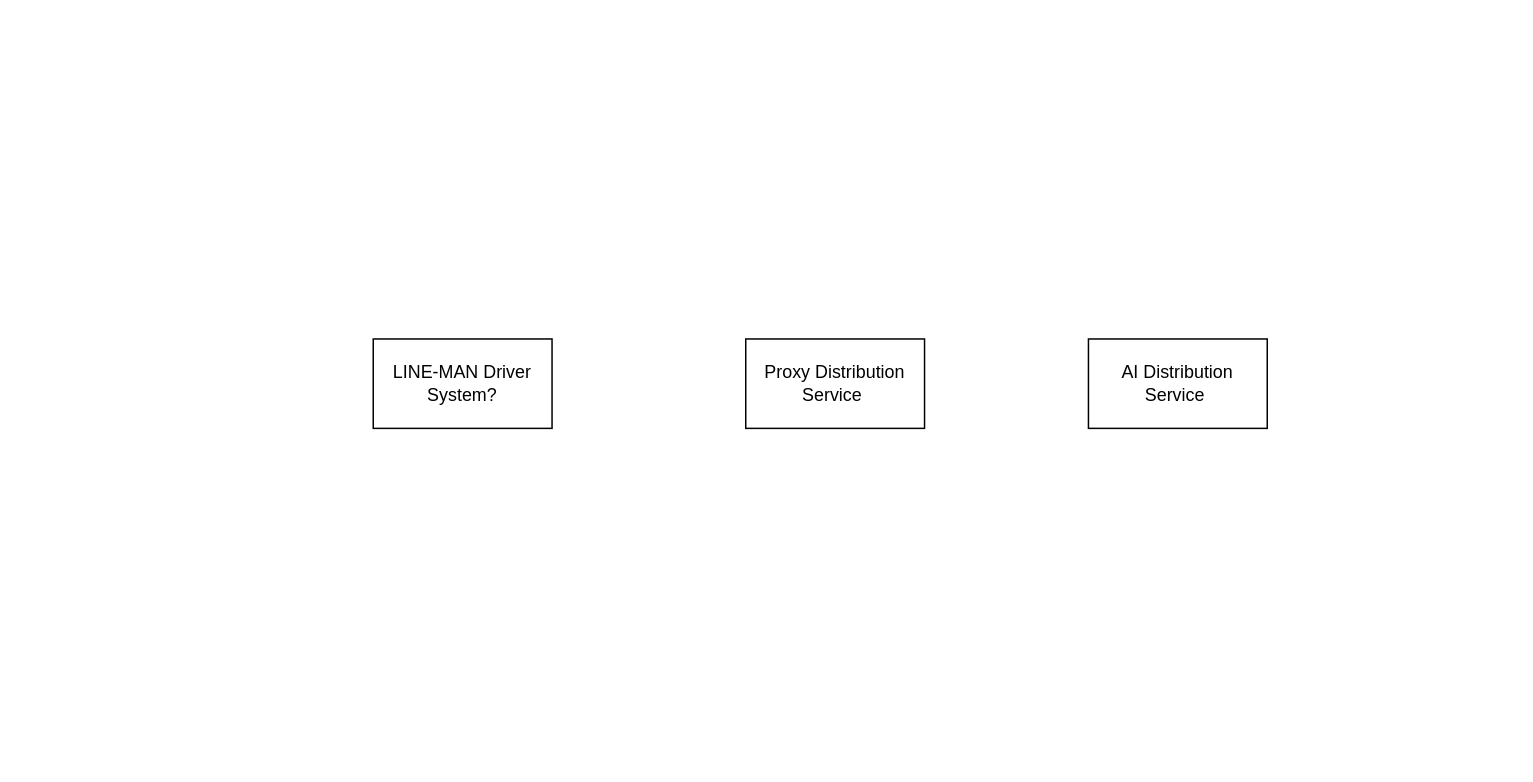
This is SDS-Serving.drawio from tallongsun/drawio, a draw.io file, before an edit. Source tidied: cells renumbered, new cells numbered last; positions are measured from the earlier drawing's top-left corner, leaving out a move shared by most shapes. Both pictures are drawn from the tidied source at 149%, with x=0, y=0 at pixel (372, 338).
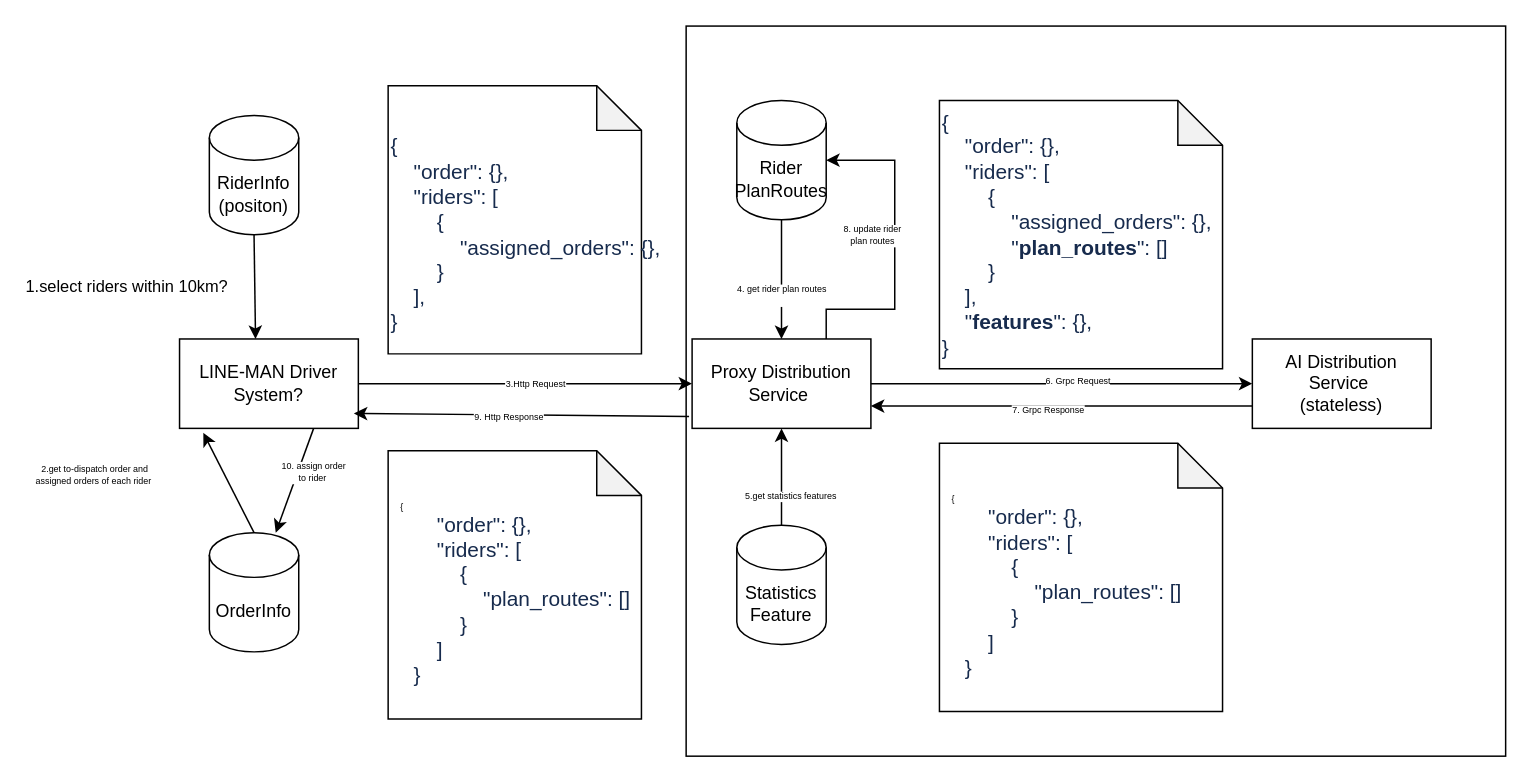
Above is the later version.

Diff of the diagram source:
```diff
@@
+    <mxCell id="5" style="rounded=0;whiteSpace=wrap;html=1;fontSize=6;align=left;" parent="1" vertex="1">
+      <mxGeometry x="210" y="-210" width="550" height="490" as="geometry" />
+    </mxCell>
+    <mxCell id="6" style="shape=note;whiteSpace=wrap;html=1;backgroundOutline=1;darkOpacity=0.05;fontSize=6;align=left;" parent="1" vertex="1">
+      <mxGeometry x="10" y="-170" width="170" height="180" as="geometry" />
+    </mxCell>
-    <mxCell id="2" value="AI Distribution Service&amp;nbsp;" style="rounded=0;whiteSpace=wrap;html=1;" parent="1" vertex="1">
-      <mxGeometry x="480" width="120" height="60" as="geometry" />
+    <mxCell id="2" value="AI Distribution Service&amp;nbsp;&lt;br&gt;(stateless)" style="rounded=0;whiteSpace=wrap;html=1;" parent="1" vertex="1">
+      <mxGeometry x="590" width="120" height="60" as="geometry" />
     </mxCell>
     <mxCell id="3" value="Proxy Distribution Service&amp;nbsp;" style="rounded=0;whiteSpace=wrap;html=1;" parent="1" vertex="1">
-      <mxGeometry x="250" width="120" height="60" as="geometry" />
+      <mxGeometry x="214" width="120" height="60" as="geometry" />
     </mxCell>
     <mxCell id="4" value="LINE-MAN Driver System?" style="rounded=0;whiteSpace=wrap;html=1;" parent="1" vertex="1">
-      <mxGeometry width="120" height="60" as="geometry" />
+      <mxGeometry x="-130" width="120" height="60" as="geometry" />
     </mxCell>
+    <mxCell id="7" value="OrderInfo" style="shape=cylinder3;whiteSpace=wrap;html=1;boundedLbl=1;backgroundOutline=1;size=15;" parent="1" vertex="1">
+      <mxGeometry x="-110" y="130" width="60" height="80" as="geometry" />
+    </mxCell>
+    <mxCell id="8" style="endArrow=classic;html=1;rounded=0;exitX=0.5;exitY=0;exitDx=0;exitDy=0;exitPerimeter=0;entryX=0.133;entryY=1.05;entryDx=0;entryDy=0;entryPerimeter=0;" parent="1" edge="1" source="7" target="4">
+      <mxGeometry relative="1" as="geometry" />
+    </mxCell>
+    <mxCell id="9" value="2.get to-dispatch order and &lt;br&gt;assigned orders of each rider&amp;nbsp;" style="edgeLabel;html=1;align=center;verticalAlign=middle;fontSize=6;" parent="8" vertex="1">
+      <mxGeometry x="0.01" y="-1" relative="1" as="geometry">
+        <mxPoint x="-91" y="-4" as="offset" />
+      </mxGeometry>
+    </mxCell>
+    <mxCell id="10" value="RiderInfo&lt;br&gt;(positon)" style="shape=cylinder3;whiteSpace=wrap;html=1;boundedLbl=1;backgroundOutline=1;size=15;" parent="1" vertex="1">
+      <mxGeometry x="-110" y="-150" width="60" height="80" as="geometry" />
+    </mxCell>
+    <mxCell id="11" style="endArrow=classic;html=1;rounded=0;exitX=0.5;exitY=1;exitDx=0;exitDy=0;exitPerimeter=0;entryX=0.425;entryY=0;entryDx=0;entryDy=0;entryPerimeter=0;" parent="1" edge="1" source="10" target="4">
+      <mxGeometry relative="1" as="geometry" />
+    </mxCell>
+    <mxCell id="12" value="1.select riders within 10km?&amp;nbsp;" style="edgeLabel;html=1;align=center;verticalAlign=middle;" parent="11" vertex="1">
+      <mxGeometry x="-0.01" relative="1" as="geometry">
+        <mxPoint x="-85" as="offset" />
+      </mxGeometry>
+    </mxCell>
+    <mxCell id="13" value="Statistics Feature" style="shape=cylinder3;whiteSpace=wrap;html=1;boundedLbl=1;backgroundOutline=1;size=15;" parent="1" vertex="1">
+      <mxGeometry x="244" y="125" width="60" height="80" as="geometry" />
+    </mxCell>
+    <mxCell id="14" value="Rider&lt;br&gt;PlanRoutes" style="shape=cylinder3;whiteSpace=wrap;html=1;boundedLbl=1;backgroundOutline=1;size=15;" parent="1" vertex="1">
+      <mxGeometry x="244" y="-160" width="60" height="80" as="geometry" />
+    </mxCell>
+    <mxCell id="15" style="endArrow=classic;html=1;rounded=0;exitX=1;exitY=0.5;exitDx=0;exitDy=0;" parent="1" edge="1" source="3" target="2">
+      <mxGeometry relative="1" as="geometry" />
+    </mxCell>
+    <mxCell id="16" value="6. Grpc Request" style="edgeLabel;html=1;align=center;verticalAlign=middle;fontSize=6;" parent="15" vertex="1">
+      <mxGeometry x="0.08" y="2" relative="1" as="geometry" />
+    </mxCell>
+    <mxCell id="17" style="endArrow=classic;html=1;rounded=0;exitX=1;exitY=0.5;exitDx=0;exitDy=0;" parent="1" edge="1" source="4" target="3">
+      <mxGeometry relative="1" as="geometry" />
+    </mxCell>
+    <mxCell id="18" value="3.Http Request" style="edgeLabel;html=1;align=center;verticalAlign=middle;fontSize=6;" parent="17" vertex="1">
+      <mxGeometry x="0.05" relative="1" as="geometry" />
+    </mxCell>
+    <mxCell id="19" style="endArrow=classic;html=1;rounded=0;exitX=0.5;exitY=1;exitDx=0;exitDy=0;exitPerimeter=0;entryX=0.5;entryY=0;entryDx=0;entryDy=0;" parent="1" edge="1" source="14" target="3">
+      <mxGeometry relative="1" as="geometry" />
+    </mxCell>
+    <mxCell id="20" value="4. get rider plan routes&amp;nbsp;&lt;br&gt;&amp;nbsp;" style="edgeLabel;html=1;align=center;verticalAlign=middle;fontSize=6;" parent="19" vertex="1">
+      <mxGeometry x="-0.16" y="-1" relative="1" as="geometry">
+        <mxPoint x="1" y="16" as="offset" />
+      </mxGeometry>
+    </mxCell>
+    <mxCell id="21" style="endArrow=classic;html=1;rounded=0;exitX=0.5;exitY=0;exitDx=0;exitDy=0;exitPerimeter=0;entryX=0.5;entryY=1;entryDx=0;entryDy=0;" parent="1" edge="1" source="13" target="3">
+      <mxGeometry relative="1" as="geometry" />
+    </mxCell>
+    <mxCell id="22" value="5.get statistics features&amp;nbsp;" style="edgeLabel;html=1;align=center;verticalAlign=middle;fontSize=6;" parent="21" vertex="1">
+      <mxGeometry x="-0.02" y="3" relative="1" as="geometry">
+        <mxPoint x="9" y="12" as="offset" />
+      </mxGeometry>
+    </mxCell>
+    <mxCell id="23" style="shape=note;whiteSpace=wrap;html=1;backgroundOutline=1;darkOpacity=0.05;fontSize=6;align=left;" parent="1" vertex="1">
+      <mxGeometry x="380" y="-160" width="190" height="180" as="geometry" />
+    </mxCell>
+    <mxCell id="24" value="&lt;div&gt;&lt;font color=&quot;#172b4d&quot;&gt;&lt;span style=&quot;font-size: 14px&quot;&gt;{&lt;/span&gt;&lt;/font&gt;&lt;/div&gt;&lt;div&gt;&lt;font color=&quot;#172b4d&quot;&gt;&lt;span style=&quot;font-size: 14px&quot;&gt;&amp;nbsp; &amp;nbsp; &quot;order&quot;: {},&lt;/span&gt;&lt;/font&gt;&lt;/div&gt;&lt;div&gt;&lt;font color=&quot;#172b4d&quot;&gt;&lt;span style=&quot;font-size: 14px&quot;&gt;&amp;nbsp; &amp;nbsp; &quot;riders&quot;: [&lt;/span&gt;&lt;/font&gt;&lt;/div&gt;&lt;div&gt;&lt;font color=&quot;#172b4d&quot;&gt;&lt;span style=&quot;font-size: 14px&quot;&gt;&amp;nbsp; &amp;nbsp; &amp;nbsp; &amp;nbsp; {&lt;/span&gt;&lt;/font&gt;&lt;/div&gt;&lt;div&gt;&lt;font color=&quot;#172b4d&quot;&gt;&lt;span style=&quot;font-size: 14px&quot;&gt;&amp;nbsp; &amp;nbsp; &amp;nbsp; &amp;nbsp; &amp;nbsp; &amp;nbsp; &quot;assigned_orders&quot;: {},&lt;/span&gt;&lt;/font&gt;&lt;/div&gt;&lt;div&gt;&lt;font color=&quot;#172b4d&quot;&gt;&lt;span style=&quot;font-size: 14px&quot;&gt;&amp;nbsp; &amp;nbsp; &amp;nbsp; &amp;nbsp; &amp;nbsp; &amp;nbsp; &quot;&lt;b&gt;plan_routes&lt;/b&gt;&quot;: []&lt;/span&gt;&lt;/font&gt;&lt;/div&gt;&lt;div&gt;&lt;font color=&quot;#172b4d&quot;&gt;&lt;span style=&quot;font-size: 14px&quot;&gt;&amp;nbsp; &amp;nbsp; &amp;nbsp; &amp;nbsp; }&lt;/span&gt;&lt;/font&gt;&lt;/div&gt;&lt;div&gt;&lt;font color=&quot;#172b4d&quot;&gt;&lt;span style=&quot;font-size: 14px&quot;&gt;&amp;nbsp; &amp;nbsp; ],&lt;/span&gt;&lt;/font&gt;&lt;/div&gt;&lt;div&gt;&lt;font color=&quot;#172b4d&quot;&gt;&lt;span style=&quot;font-size: 14px&quot;&gt;&amp;nbsp; &amp;nbsp; &quot;&lt;b&gt;features&lt;/b&gt;&quot;: {},&lt;/span&gt;&lt;/font&gt;&lt;/div&gt;&lt;div&gt;&lt;font color=&quot;#172b4d&quot;&gt;&lt;span style=&quot;font-size: 14px&quot;&gt;}&lt;/span&gt;&lt;/font&gt;&lt;/div&gt;" style="text;html=1;strokeColor=none;fillColor=none;align=left;verticalAlign=middle;whiteSpace=wrap;rounded=0;fontSize=6;" parent="1" vertex="1">
+      <mxGeometry x="380" y="-160" width="210" height="180" as="geometry" />
+    </mxCell>
+    <mxCell id="25" value="&lt;div&gt;&lt;font color=&quot;#172b4d&quot;&gt;&lt;span style=&quot;font-size: 14px&quot;&gt;{&lt;/span&gt;&lt;/font&gt;&lt;/div&gt;&lt;div&gt;&lt;font color=&quot;#172b4d&quot;&gt;&lt;span style=&quot;font-size: 14px&quot;&gt;&amp;nbsp; &amp;nbsp; &quot;order&quot;: {},&lt;/span&gt;&lt;/font&gt;&lt;/div&gt;&lt;div&gt;&lt;font color=&quot;#172b4d&quot;&gt;&lt;span style=&quot;font-size: 14px&quot;&gt;&amp;nbsp; &amp;nbsp; &quot;riders&quot;: [&lt;/span&gt;&lt;/font&gt;&lt;/div&gt;&lt;div&gt;&lt;font color=&quot;#172b4d&quot;&gt;&lt;span style=&quot;font-size: 14px&quot;&gt;&amp;nbsp; &amp;nbsp; &amp;nbsp; &amp;nbsp; {&lt;/span&gt;&lt;/font&gt;&lt;/div&gt;&lt;div&gt;&lt;font color=&quot;#172b4d&quot;&gt;&lt;span style=&quot;font-size: 14px&quot;&gt;&amp;nbsp; &amp;nbsp; &amp;nbsp; &amp;nbsp; &amp;nbsp; &amp;nbsp; &quot;assigned_orders&quot;: {},&lt;/span&gt;&lt;/font&gt;&lt;/div&gt;&lt;div&gt;&lt;font color=&quot;#172b4d&quot;&gt;&lt;span style=&quot;font-size: 14px&quot;&gt;&amp;nbsp; &amp;nbsp; &amp;nbsp; &amp;nbsp; }&lt;/span&gt;&lt;/font&gt;&lt;/div&gt;&lt;div&gt;&lt;font color=&quot;#172b4d&quot;&gt;&lt;span style=&quot;font-size: 14px&quot;&gt;&amp;nbsp; &amp;nbsp; ],&lt;/span&gt;&lt;/font&gt;&lt;/div&gt;&lt;div&gt;&lt;font color=&quot;#172b4d&quot;&gt;&lt;span style=&quot;font-size: 14px&quot;&gt;}&lt;/span&gt;&lt;/font&gt;&lt;/div&gt;" style="text;html=1;strokeColor=none;fillColor=none;align=left;verticalAlign=middle;whiteSpace=wrap;rounded=0;fontSize=6;" parent="1" vertex="1">
+      <mxGeometry x="10" y="-160" width="190" height="180" as="geometry" />
+    </mxCell>
+    <mxCell id="26" style="endArrow=classic;html=1;rounded=0;entryX=1;entryY=0.75;entryDx=0;entryDy=0;exitX=0;exitY=0.75;exitDx=0;exitDy=0;" parent="1" edge="1" source="2" target="3">
+      <mxGeometry relative="1" as="geometry" />
+    </mxCell>
+    <mxCell id="27" value="7. Grpc Response" style="edgeLabel;html=1;align=center;verticalAlign=middle;fontSize=6;" parent="26" vertex="1">
+      <mxGeometry x="0.08" y="2" relative="1" as="geometry" />
+    </mxCell>
+    <mxCell id="28" style="shape=note;whiteSpace=wrap;html=1;backgroundOutline=1;darkOpacity=0.05;fontSize=6;align=left;" parent="1" vertex="1">
+      <mxGeometry x="380" y="70" width="190" height="180" as="geometry" />
+    </mxCell>
+    <mxCell id="29" value="&lt;div&gt;&amp;nbsp; &amp;nbsp; {&lt;/div&gt;&lt;div&gt;&lt;font color=&quot;#172b4d&quot;&gt;&lt;span style=&quot;font-size: 14px&quot;&gt;&amp;nbsp; &amp;nbsp; &amp;nbsp; &amp;nbsp; &quot;order&quot;: {},&lt;/span&gt;&lt;/font&gt;&lt;/div&gt;&lt;div&gt;&lt;font color=&quot;#172b4d&quot;&gt;&lt;span style=&quot;font-size: 14px&quot;&gt;&amp;nbsp; &amp;nbsp; &amp;nbsp; &amp;nbsp; &quot;riders&quot;: [&lt;/span&gt;&lt;/font&gt;&lt;/div&gt;&lt;div&gt;&lt;font color=&quot;#172b4d&quot;&gt;&lt;span style=&quot;font-size: 14px&quot;&gt;&amp;nbsp; &amp;nbsp; &amp;nbsp; &amp;nbsp; &amp;nbsp; &amp;nbsp; {&lt;/span&gt;&lt;/font&gt;&lt;/div&gt;&lt;div&gt;&lt;font color=&quot;#172b4d&quot;&gt;&lt;span style=&quot;font-size: 14px&quot;&gt;&amp;nbsp; &amp;nbsp; &amp;nbsp; &amp;nbsp; &amp;nbsp; &amp;nbsp; &amp;nbsp; &amp;nbsp; &quot;plan_routes&quot;: []&lt;/span&gt;&lt;/font&gt;&lt;/div&gt;&lt;div&gt;&lt;font color=&quot;#172b4d&quot;&gt;&lt;span style=&quot;font-size: 14px&quot;&gt;&amp;nbsp; &amp;nbsp; &amp;nbsp; &amp;nbsp; &amp;nbsp; &amp;nbsp; }&lt;/span&gt;&lt;/font&gt;&lt;/div&gt;&lt;div&gt;&lt;font color=&quot;#172b4d&quot;&gt;&lt;span style=&quot;font-size: 14px&quot;&gt;&amp;nbsp; &amp;nbsp; &amp;nbsp; &amp;nbsp; ]&lt;/span&gt;&lt;/font&gt;&lt;/div&gt;&lt;div&gt;&lt;font color=&quot;#172b4d&quot;&gt;&lt;span style=&quot;font-size: 14px&quot;&gt;&amp;nbsp; &amp;nbsp; }&lt;/span&gt;&lt;/font&gt;&lt;/div&gt;&lt;div&gt;&lt;br&gt;&lt;/div&gt;" style="text;html=1;strokeColor=none;fillColor=none;align=left;verticalAlign=middle;whiteSpace=wrap;rounded=0;fontSize=6;" parent="1" vertex="1">
+      <mxGeometry x="380" y="80" width="210" height="180" as="geometry" />
+    </mxCell>
+    <mxCell id="30" style="endArrow=classic;html=1;rounded=0;entryX=1;entryY=0.75;entryDx=0;entryDy=0;exitX=-0.017;exitY=0.867;exitDx=0;exitDy=0;exitPerimeter=0;" parent="1" edge="1" source="3">
+      <mxGeometry relative="1" as="geometry">
+        <mxPoint x="-13" y="50" as="targetPoint" />
+      </mxGeometry>
+    </mxCell>
+    <mxCell id="31" value="9. Http Response" style="edgeLabel;html=1;align=center;verticalAlign=middle;fontSize=6;" parent="30" vertex="1">
+      <mxGeometry x="0.08" y="2" relative="1" as="geometry" />
+    </mxCell>
+    <mxCell id="32" style="shape=note;whiteSpace=wrap;html=1;backgroundOutline=1;darkOpacity=0.05;fontSize=6;align=left;" parent="1" vertex="1">
+      <mxGeometry x="10" y="75" width="170" height="180" as="geometry" />
+    </mxCell>
+    <mxCell id="33" value="&lt;div&gt;&amp;nbsp; &amp;nbsp; {&lt;/div&gt;&lt;div&gt;&lt;font color=&quot;#172b4d&quot;&gt;&lt;span style=&quot;font-size: 14px&quot;&gt;&amp;nbsp; &amp;nbsp; &amp;nbsp; &amp;nbsp; &quot;order&quot;: {},&lt;/span&gt;&lt;/font&gt;&lt;/div&gt;&lt;div&gt;&lt;font color=&quot;#172b4d&quot;&gt;&lt;span style=&quot;font-size: 14px&quot;&gt;&amp;nbsp; &amp;nbsp; &amp;nbsp; &amp;nbsp; &quot;riders&quot;: [&lt;/span&gt;&lt;/font&gt;&lt;/div&gt;&lt;div&gt;&lt;font color=&quot;#172b4d&quot;&gt;&lt;span style=&quot;font-size: 14px&quot;&gt;&amp;nbsp; &amp;nbsp; &amp;nbsp; &amp;nbsp; &amp;nbsp; &amp;nbsp; {&lt;/span&gt;&lt;/font&gt;&lt;/div&gt;&lt;div&gt;&lt;font color=&quot;#172b4d&quot;&gt;&lt;span style=&quot;font-size: 14px&quot;&gt;&amp;nbsp; &amp;nbsp; &amp;nbsp; &amp;nbsp; &amp;nbsp; &amp;nbsp; &amp;nbsp; &amp;nbsp; &quot;plan_routes&quot;: []&lt;/span&gt;&lt;/font&gt;&lt;/div&gt;&lt;div&gt;&lt;font color=&quot;#172b4d&quot;&gt;&lt;span style=&quot;font-size: 14px&quot;&gt;&amp;nbsp; &amp;nbsp; &amp;nbsp; &amp;nbsp; &amp;nbsp; &amp;nbsp; }&lt;/span&gt;&lt;/font&gt;&lt;/div&gt;&lt;div&gt;&lt;font color=&quot;#172b4d&quot;&gt;&lt;span style=&quot;font-size: 14px&quot;&gt;&amp;nbsp; &amp;nbsp; &amp;nbsp; &amp;nbsp; ]&lt;/span&gt;&lt;/font&gt;&lt;/div&gt;&lt;div&gt;&lt;font color=&quot;#172b4d&quot;&gt;&lt;span style=&quot;font-size: 14px&quot;&gt;&amp;nbsp; &amp;nbsp; }&lt;/span&gt;&lt;/font&gt;&lt;/div&gt;&lt;div&gt;&lt;br&gt;&lt;/div&gt;" style="text;html=1;strokeColor=none;fillColor=none;align=left;verticalAlign=middle;whiteSpace=wrap;rounded=0;fontSize=6;" parent="1" vertex="1">
+      <mxGeometry x="10" y="85" width="170" height="180" as="geometry" />
+    </mxCell>
+    <mxCell id="34" style="endArrow=classic;html=1;rounded=0;fontSize=6;entryX=1;entryY=0.5;entryDx=0;entryDy=0;entryPerimeter=0;exitX=0.75;exitY=0;exitDx=0;exitDy=0;" parent="1" edge="1" source="3" target="14">
+      <mxGeometry relative="1" as="geometry">
+        <Array as="points">
+          <mxPoint x="304" y="-20" />
+          <mxPoint x="330" y="-20" />
+          <mxPoint x="350" y="-20" />
+          <mxPoint x="350" y="-50" />
+          <mxPoint x="350" y="-120" />
+        </Array>
+      </mxGeometry>
+    </mxCell>
+    <mxCell id="35" value="8. update rider &lt;br&gt;plan routes" style="edgeLabel;html=1;align=center;verticalAlign=middle;fontSize=6;" parent="34" vertex="1">
+      <mxGeometry x="0.23" y="1" relative="1" as="geometry">
+        <mxPoint x="-15" y="14" as="offset" />
+      </mxGeometry>
+    </mxCell>
+    <mxCell id="36" value="10. assign order &lt;br&gt;to rider&amp;nbsp;" style="endArrow=classic;html=1;rounded=0;fontSize=6;exitX=0.75;exitY=1;exitDx=0;exitDy=0;" parent="1" edge="1" source="4" target="7">
+      <mxGeometry x="-0.24" y="10" relative="1" as="geometry" />
+    </mxCell>
```
